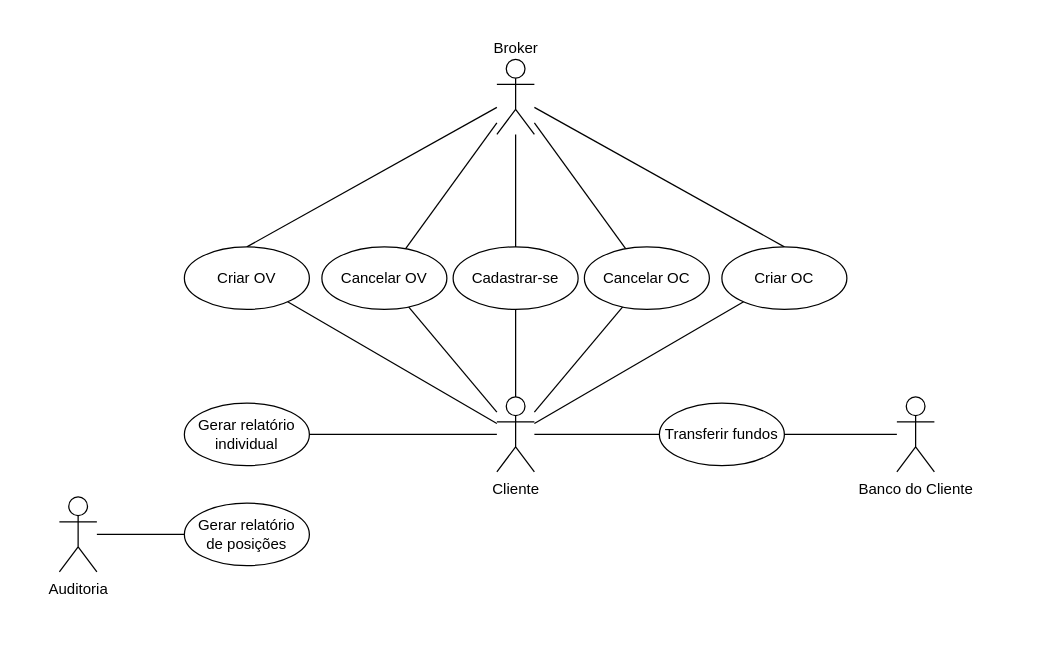
EijiDogen/FEI_MDSMarket keeps this draw.io diagram as MarketCasoUso.drawio. Above is the earlier version. Source tidied: cells renumbered, new cells numbered last; positions are measured from the earlier drawing's top-left corner, leaving out a move shared by most shapes. Both pictures are drawn from the tidied source at 125%, with x=0, y=0 at pixel (59, 59).
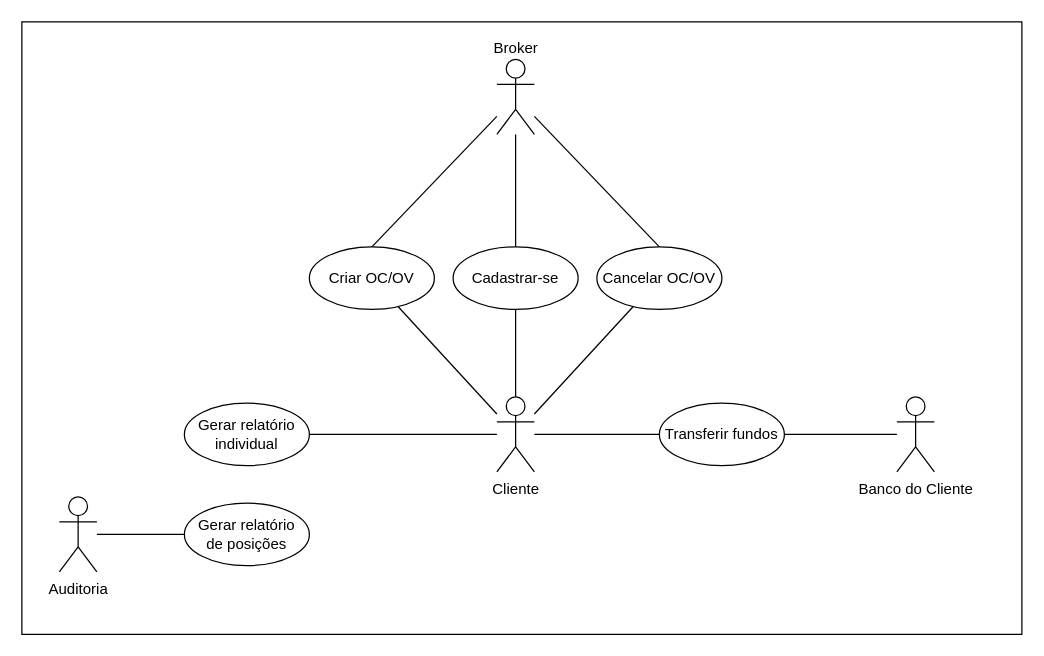
The same page after the edit.

Unchanged cells that the change refers to:
```xml
<mxCell id="8" value="Cliente" style="shape=umlActor;verticalLabelPosition=bottom;verticalAlign=top;html=1;outlineConnect=0;" parent="1" vertex="1">
  <mxGeometry x="350" y="270" width="30" height="60" as="geometry" />
</mxCell>
<mxCell id="14" value="Broker" style="shape=umlActor;verticalLabelPosition=top;verticalAlign=bottom;html=1;outlineConnect=0;labelPosition=center;align=center;" parent="1" vertex="1">
  <mxGeometry x="350" width="30" height="60" as="geometry" />
</mxCell>
```

The edit, as a diff of the source:
```diff
@@
+    <mxCell id="28" parent="0" />
+    <mxCell id="29" style="rounded=0;whiteSpace=wrap;html=1;" parent="28" vertex="1">
+      <mxGeometry x="-30" y="-30" width="800" height="490" as="geometry" />
+    </mxCell>
@@
-    <mxCell id="3" style="edgeStyle=none;rounded=0;jettySize=auto;html=1;endArrow=none;endFill=0;" parent="1" edge="1" source="8" target="18">
-      <mxGeometry relative="1" as="geometry" />
-    </mxCell>
@@
-    <mxCell id="6" style="edgeStyle=none;rounded=0;jettySize=auto;html=1;endArrow=none;endFill=0;" parent="1" edge="1" source="8" target="21">
-      <mxGeometry relative="1" as="geometry" />
-    </mxCell>
@@
-    <mxCell id="9" style="edgeStyle=none;rounded=0;jettySize=auto;html=1;endArrow=none;endFill=0;" parent="1" edge="1" source="14" target="19">
+    <mxCell id="9" style="edgeStyle=none;rounded=0;jettySize=auto;html=1;endArrow=none;endFill=0;entryX=0.5;entryY=0;entryDx=0;entryDy=0;" parent="1" edge="1" source="14" target="19">
       <mxGeometry relative="1" as="geometry" />
     </mxCell>
-    <mxCell id="10" style="edgeStyle=none;rounded=0;jettySize=auto;html=1;endArrow=none;endFill=0;" parent="1" edge="1" source="14" target="21">
-      <mxGeometry relative="1" as="geometry" />
-    </mxCell>
@@
-    <mxCell id="12" style="edgeStyle=none;rounded=0;jettySize=auto;html=1;entryX=0.5;entryY=0;entryDx=0;entryDy=0;endArrow=none;endFill=0;" parent="1" edge="1" source="14" target="18">
-      <mxGeometry relative="1" as="geometry" />
-    </mxCell>
@@
-    <mxCell id="18" value="Criar OC" style="ellipse;whiteSpace=wrap;html=1;" parent="1" vertex="1">
-      <mxGeometry x="530" y="150" width="100" height="50" as="geometry" />
-    </mxCell>
-    <mxCell id="19" value="Cancelar OC" style="ellipse;whiteSpace=wrap;html=1;" parent="1" vertex="1">
-      <mxGeometry x="420" y="150" width="100" height="50" as="geometry" />
+    <mxCell id="19" value="Cancelar OC/OV" style="ellipse;whiteSpace=wrap;html=1;" parent="1" vertex="1">
+      <mxGeometry x="430" y="150" width="100" height="50" as="geometry" />
     </mxCell>
-    <mxCell id="20" value="Criar OV" style="ellipse;whiteSpace=wrap;html=1;" parent="1" vertex="1">
-      <mxGeometry x="100" y="150" width="100" height="50" as="geometry" />
+    <mxCell id="20" value="Criar OC/OV" style="ellipse;whiteSpace=wrap;html=1;" parent="1" vertex="1">
+      <mxGeometry x="200" y="150" width="100" height="50" as="geometry" />
     </mxCell>
-    <mxCell id="21" value="Cancelar OV" style="ellipse;whiteSpace=wrap;html=1;" parent="1" vertex="1">
-      <mxGeometry x="210" y="150" width="100" height="50" as="geometry" />
-    </mxCell>
```
